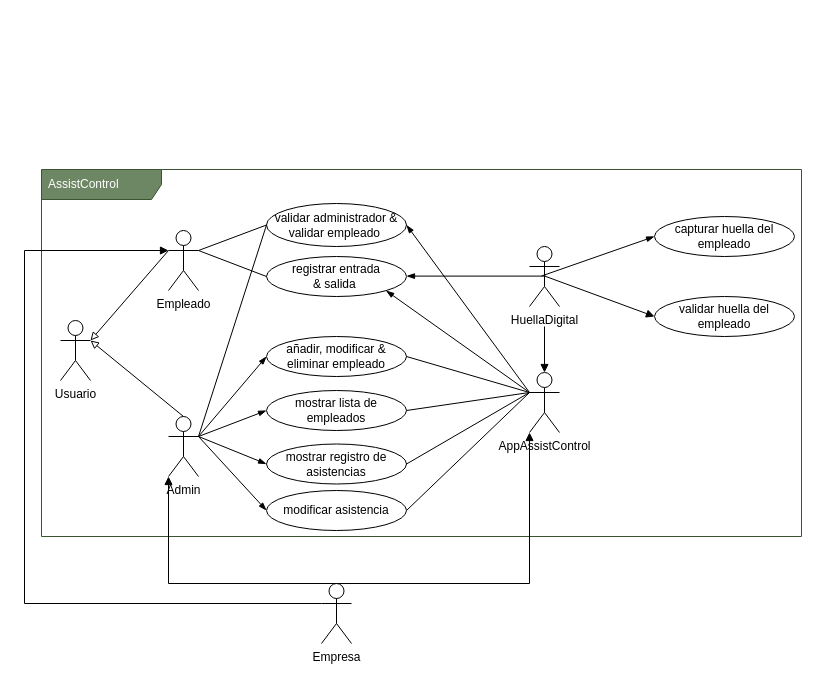
This is Grupo5_AssistControl/design/UC.drawio from EdisonV5329/Grupo5_CodeMasters, a draw.io file, before an edit. Source tidied: cells renumbered, new cells numbered last; positions are measured from the earlier drawing's top-left corner, leaving out a move shared by most shapes. Both pictures are drawn from the tidied source at 100%, with x=0, y=0 at pixel (24, 169).
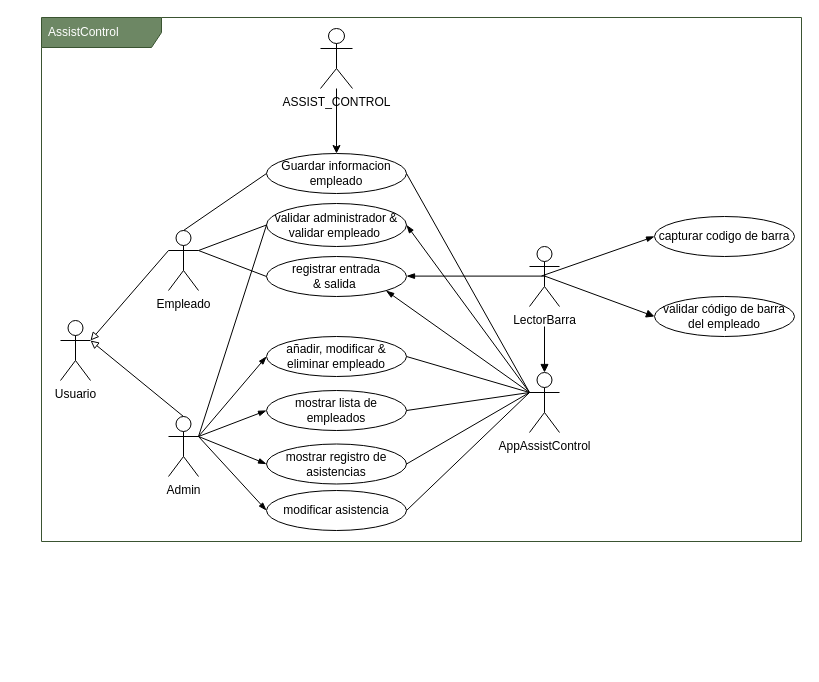
The same diagram, later.

Unchanged cells that the change refers to:
```xml
<mxCell id="3" value="&lt;font color=&quot;#000000&quot;&gt;Empleado&lt;/font&gt;" style="shape=umlActor;verticalLabelPosition=bottom;verticalAlign=top;html=1;strokeColor=#000000;fillColor=none;" parent="1" vertex="1">
  <mxGeometry x="144" y="61" width="30" height="60" as="geometry" />
</mxCell>
<mxCell id="4" value="&lt;font color=&quot;#000000&quot;&gt;Admin&lt;/font&gt;" style="shape=umlActor;verticalLabelPosition=bottom;verticalAlign=top;html=1;strokeColor=#000000;fillColor=none;" parent="1" vertex="1">
  <mxGeometry x="144" y="247" width="30" height="60" as="geometry" />
</mxCell>
<mxCell id="16" value="AppAssistControl" style="shape=umlActor;verticalLabelPosition=bottom;verticalAlign=top;html=1;strokeColor=#000000;fontColor=#000000;fillColor=none;" parent="1" vertex="1">
  <mxGeometry x="505" y="203" width="30" height="60" as="geometry" />
</mxCell>
```

Change to the diagram source:
```diff
@@
     <mxCell id="2" value="AssistControl" style="shape=umlFrame;whiteSpace=wrap;html=1;width=120;height=30;boundedLbl=1;verticalAlign=middle;align=left;spacingLeft=5;strokeColor=#3A5431;fontColor=#ffffff;fillColor=#6d8764;" parent="1" vertex="1">
-      <mxGeometry x="17" width="760" height="367" as="geometry" />
+      <mxGeometry x="17" y="-152" width="760" height="524" as="geometry" />
     </mxCell>
+    <mxCell id="39" style="edgeStyle=none;html=1;exitX=0.5;exitY=0;exitDx=0;exitDy=0;exitPerimeter=0;entryX=0;entryY=0.5;entryDx=0;entryDy=0;strokeColor=#000000;fontColor=#000000;endArrow=none;endFill=0;" parent="1" edge="1" source="3" target="38">
+      <mxGeometry relative="1" as="geometry" />
+    </mxCell>
@@
+    <mxCell id="40" style="edgeStyle=none;html=1;exitX=0;exitY=0.3333333333333333;exitDx=0;exitDy=0;exitPerimeter=0;entryX=1;entryY=0.5;entryDx=0;entryDy=0;strokeColor=#000000;fontColor=#000000;endArrow=none;endFill=0;" parent="1" edge="1" source="16" target="38">
+      <mxGeometry relative="1" as="geometry" />
+    </mxCell>
@@
-    <mxCell id="17" value="HuellaDigital" style="shape=umlActor;verticalLabelPosition=bottom;verticalAlign=top;html=1;strokeColor=#000000;fontColor=#000000;fillColor=none;" parent="1" vertex="1">
+    <mxCell id="17" value="LectorBarra" style="shape=umlActor;verticalLabelPosition=bottom;verticalAlign=top;html=1;strokeColor=#000000;fontColor=#000000;fillColor=none;" parent="1" vertex="1">
       <mxGeometry x="505" y="77" width="30" height="60" as="geometry" />
     </mxCell>
@@
-    <mxCell id="29" value="capturar huella del empleado" style="ellipse;whiteSpace=wrap;html=1;strokeColor=#000000;fontColor=#000000;fillColor=none;" parent="1" vertex="1">
+    <mxCell id="29" value="capturar codigo de barra" style="ellipse;whiteSpace=wrap;html=1;strokeColor=#000000;fontColor=#000000;fillColor=none;" parent="1" vertex="1">
       <mxGeometry x="630" y="47" width="140" height="40" as="geometry" />
     </mxCell>
-    <mxCell id="30" value="validar huella del empleado" style="ellipse;whiteSpace=wrap;html=1;strokeColor=#000000;fontColor=#000000;fillColor=none;" parent="1" vertex="1">
+    <mxCell id="30" value="validar código de barra del empleado" style="ellipse;whiteSpace=wrap;html=1;strokeColor=#000000;fontColor=#000000;fillColor=none;" parent="1" vertex="1">
       <mxGeometry x="630" y="127" width="140" height="40" as="geometry" />
     </mxCell>
@@
-    <mxCell id="35" value="Empresa" style="shape=umlActor;verticalLabelPosition=bottom;verticalAlign=top;html=1;strokeColor=#000000;fontColor=#000000;fillColor=none;" parent="1" vertex="1">
-      <mxGeometry x="297" y="414" width="30" height="60" as="geometry" />
-    </mxCell>
-    <mxCell id="36" style="endArrow=block;html=1;rounded=0;align=center;verticalAlign=top;endFill=1;labelBackgroundColor=none;endSize=6;startArrow=none;startFill=0;strokeColor=#000000;fontColor=#000000;exitX=0.5;exitY=0;exitDx=0;exitDy=0;exitPerimeter=0;entryX=0;entryY=1;entryDx=0;entryDy=0;entryPerimeter=0;" parent="1" edge="1" source="35" target="16">
-      <mxGeometry relative="1" as="geometry">
-        <Array as="points">
-          <mxPoint x="505" y="414" />
-        </Array>
-      </mxGeometry>
-    </mxCell>
-    <mxCell id="37" style="endArrow=block;html=1;rounded=0;align=center;verticalAlign=top;endFill=1;labelBackgroundColor=none;endSize=6;startArrow=none;startFill=0;strokeColor=#000000;fontColor=#000000;exitX=0.5;exitY=0;exitDx=0;exitDy=0;exitPerimeter=0;entryX=0;entryY=1;entryDx=0;entryDy=0;entryPerimeter=0;" parent="1" edge="1" source="35" target="4">
-      <mxGeometry relative="1" as="geometry">
-        <Array as="points">
-          <mxPoint x="144" y="414" />
-        </Array>
-      </mxGeometry>
-    </mxCell>
-    <mxCell id="38" style="endArrow=block;html=1;rounded=0;align=center;verticalAlign=top;endFill=1;labelBackgroundColor=none;endSize=6;startArrow=none;startFill=0;strokeColor=#000000;fontColor=#000000;exitX=0.5;exitY=0;exitDx=0;exitDy=0;exitPerimeter=0;entryX=0;entryY=0.3333333333333333;entryDx=0;entryDy=0;entryPerimeter=0;" parent="1" edge="1" target="3">
-      <mxGeometry relative="1" as="geometry">
-        <mxPoint x="297" y="434" as="sourcePoint" />
-        <Array as="points">
-          <mxPoint y="434" />
-          <mxPoint y="81" />
-        </Array>
-      </mxGeometry>
+    <mxCell id="38" value="Guardar informacion empleado" style="ellipse;whiteSpace=wrap;html=1;strokeColor=#000000;fontColor=#000000;fillColor=none;" parent="1" vertex="1">
+      <mxGeometry x="242" y="-16" width="140" height="40" as="geometry" />
     </mxCell>
+    <mxCell id="41" style="edgeStyle=none;html=1;entryX=0.5;entryY=0;entryDx=0;entryDy=0;fontColor=#000000;strokeColor=#000000;" parent="1" edge="1" source="42" target="38">
+      <mxGeometry relative="1" as="geometry" />
+    </mxCell>
+    <mxCell id="42" value="&lt;font color=&quot;#000000&quot;&gt;ASSIST_CONTROL&lt;/font&gt;" style="shape=umlActor;verticalLabelPosition=bottom;verticalAlign=top;html=1;strokeColor=#000000;fillColor=none;" parent="1" vertex="1">
+      <mxGeometry x="296" y="-141" width="32" height="60" as="geometry" />
+    </mxCell>
```
